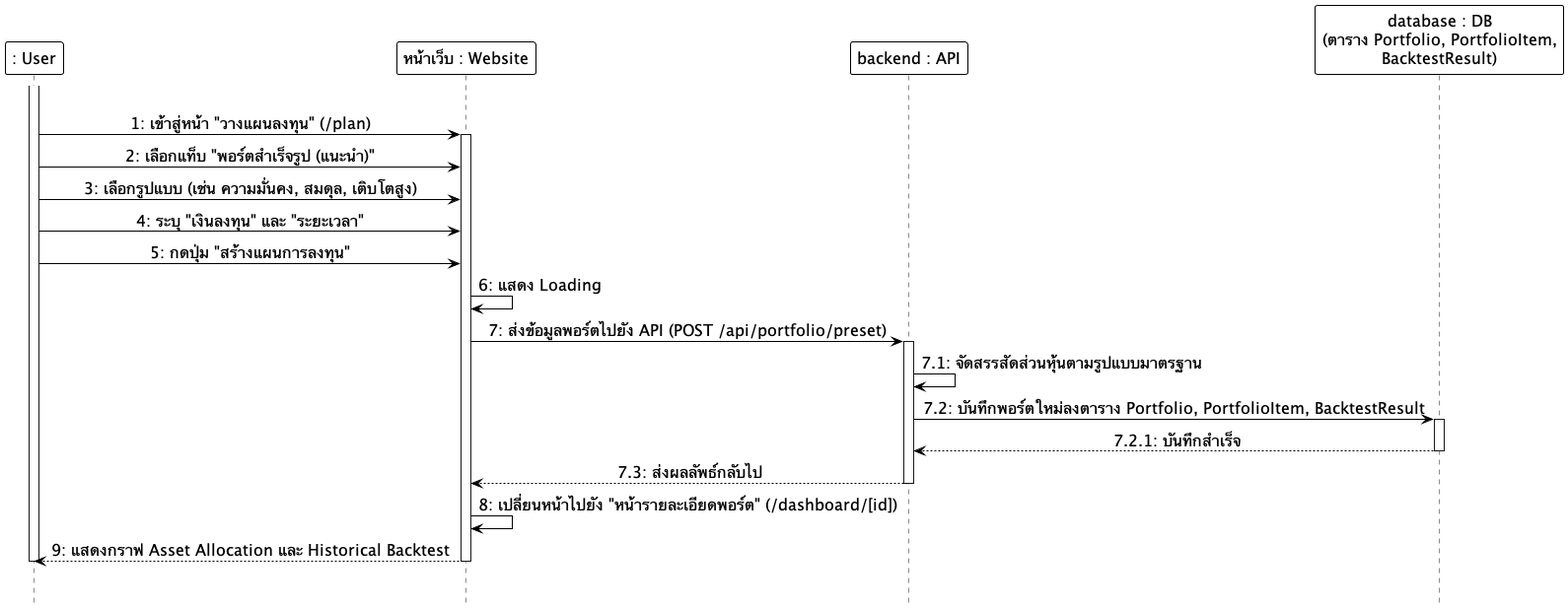
Earlier version of the PlantUML export docs/diagrams/images/sequence/sequence_06_recommended_portfolio.png (Anatta-at/my-portfolio-app). Source of this version:
```plantuml
@startuml
hide footbox
skinparam monochrome true
skinparam shadowing false
skinparam backgroundcolor transparent
skinparam ParticipantMinHeight 60
skinparam ParticipantMinWidth 160
skinparam ParticipantBackgroundColor white
skinparam ParticipantBorderColor black
skinparam ParticipantBorderThickness 1.0
skinparam ParticipantFontSize 16
skinparam LifeLineBackgroundColor white
skinparam LifeLineBorderColor black
skinparam LifeLineBorderThickness 1.0
skinparam ArrowColor black
skinparam ArrowFontSize 16
skinparam sequenceMessageAlign center

participant ": User" as User
participant "หน้าเว็บ : Website" as Frontend
participant "backend : API" as Backend
participant "database : DB\n(ตาราง Portfolio, PortfolioItem,\nBacktestResult)" as DB

|||
activate User
User -> Frontend: 1: เข้าสู่หน้า "วางแผนลงทุน" (/plan)
activate Frontend
User -> Frontend: 2: เลือกแท็บ "พอร์ตสำเร็จรูป (แนะนำ)"
User -> Frontend: 3: เลือกรูปแบบ (เช่น ความมั่นคง, สมดุล, เติบโตสูง)
User -> Frontend: 4: ระบุ "เงินลงทุน" และ "ระยะเวลา"
User -> Frontend: 5: กดปุ่ม "สร้างแผนการลงทุน"
Frontend -> Frontend: 6: แสดง Loading
Frontend -> Backend: 7: ส่งข้อมูลพอร์ตไปยัง API (POST /api/portfolio/preset)
activate Backend
Backend -> Backend: 7.1: จัดสรรสัดส่วนหุ้นตามรูปแบบมาตรฐาน
Backend -> DB: 7.2: บันทึกพอร์ตใหม่ลงตาราง Portfolio, PortfolioItem, BacktestResult
activate DB
DB --> Backend: 7.2.1: บันทึกสำเร็จ
deactivate DB
Backend --> Frontend: 7.3: ส่งผลลัพธ์กลับไป
deactivate Backend
Frontend -> Frontend: 8: เปลี่ยนหน้าไปยัง "หน้ารายละเอียดพอร์ต" (/dashboard/[id])
Frontend --> User: 9: แสดงกราฟ Asset Allocation และ Historical Backtest
deactivate Frontend
deactivate User
|||
@enduml
```
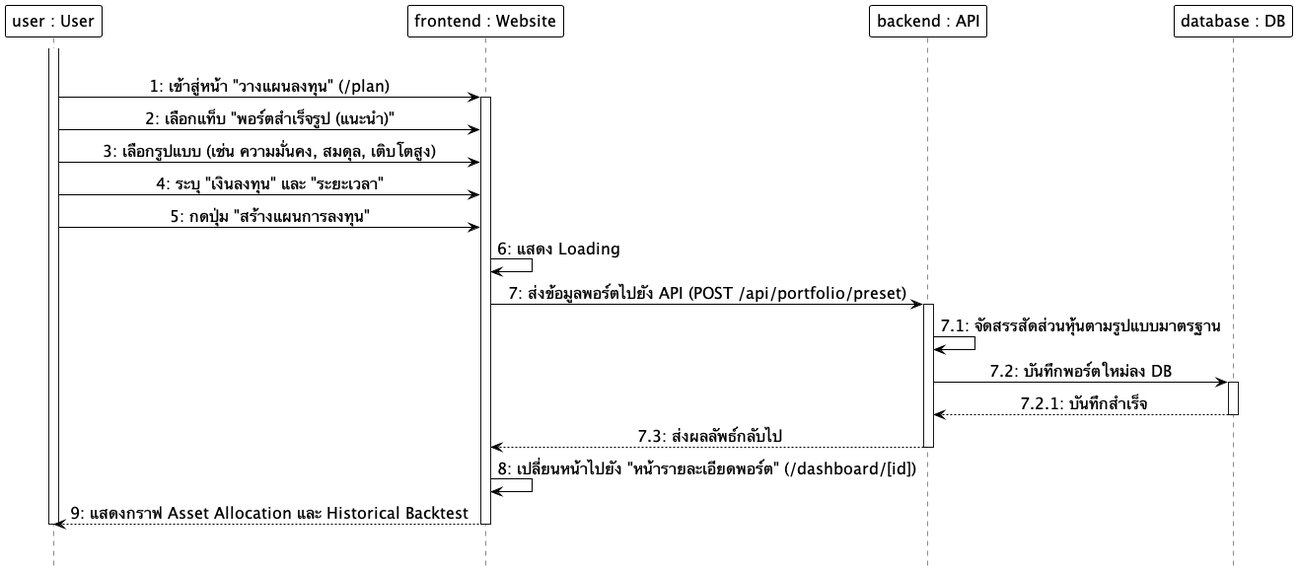
Above is the later version.

Change to the diagram source:
```diff
@@ -16,10 +16,10 @@
 skinparam ArrowFontSize 16
 skinparam sequenceMessageAlign center
 
-participant ": User" as User
-participant "หน้าเว็บ : Website" as Frontend
+participant "user : User" as User
+participant "frontend : Website" as Frontend
 participant "backend : API" as Backend
-participant "database : DB\n(ตาราง Portfolio, PortfolioItem,\nBacktestResult)" as DB
+participant "database : DB" as DB
 
 |||
 activate User
@@ -33,7 +33,7 @@
 Frontend -> Backend: 7: ส่งข้อมูลพอร์ตไปยัง API (POST /api/portfolio/preset)
 activate Backend
 Backend -> Backend: 7.1: จัดสรรสัดส่วนหุ้นตามรูปแบบมาตรฐาน
-Backend -> DB: 7.2: บันทึกพอร์ตใหม่ลงตาราง Portfolio, PortfolioItem, BacktestResult
+Backend -> DB: 7.2: บันทึกพอร์ตใหม่ลง DB
 activate DB
 DB --> Backend: 7.2.1: บันทึกสำเร็จ
 deactivate DB
```
